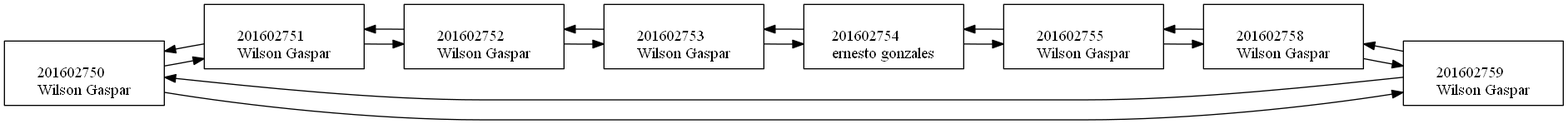
Above: Proyecto2/graphListaC.png in Angel357/-EDD-Proyecto2 (Graphviz), before the change. Its source is kept beside it as Proyecto2/graphListaC.dot.
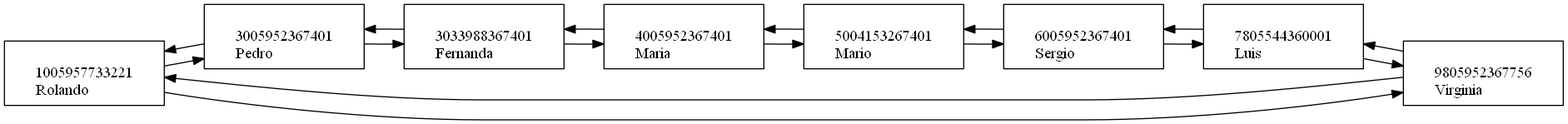
The same file after the commit.

The edit, as a diff of the source:
```diff
@@ -1,68 +1,68 @@
 digraph {
 node[shape=box width=2 height=0.8];
 rankdir=LR;
-"201602750
-Wilson Gaspar"
-"201602750
-Wilson Gaspar"->"201602751
-Wilson Gaspar"
-"201602750
-Wilson Gaspar"->"201602759
-Wilson Gaspar"
-"201602751
-Wilson Gaspar"
-"201602751
-Wilson Gaspar"->"201602752
-Wilson Gaspar"
-"201602751
-Wilson Gaspar"->"201602750
-Wilson Gaspar"
-"201602752
-Wilson Gaspar"
-"201602752
-Wilson Gaspar"->"201602753
-Wilson Gaspar"
-"201602752
-Wilson Gaspar"->"201602751
-Wilson Gaspar"
-"201602753
-Wilson Gaspar"
-"201602753
-Wilson Gaspar"->"201602754
-ernesto gonzales"
-"201602753
-Wilson Gaspar"->"201602752
-Wilson Gaspar"
-"201602754
-ernesto gonzales"
-"201602754
-ernesto gonzales"->"201602755
-Wilson Gaspar"
-"201602754
-ernesto gonzales"->"201602753
-Wilson Gaspar"
-"201602755
-Wilson Gaspar"
-"201602755
-Wilson Gaspar"->"201602758
-Wilson Gaspar"
-"201602755
-Wilson Gaspar"->"201602754
-ernesto gonzales"
-"201602758
-Wilson Gaspar"
-"201602758
-Wilson Gaspar"->"201602759
-Wilson Gaspar"
-"201602758
-Wilson Gaspar"->"201602755
-Wilson Gaspar"
-"201602759
-Wilson Gaspar"
-"201602759
-Wilson Gaspar"->"201602750
-Wilson Gaspar"
-"201602759
-Wilson Gaspar"->"201602758
-Wilson Gaspar"
+"1005957733221
+Rolando"
+"1005957733221
+Rolando"->"3005952367401
+Pedro"
+"1005957733221
+Rolando"->"9805952367756
+Virginia"
+"3005952367401
+Pedro"
+"3005952367401
+Pedro"->"3033988367401
+Fernanda"
+"3005952367401
+Pedro"->"1005957733221
+Rolando"
+"3033988367401
+Fernanda"
+"3033988367401
+Fernanda"->"4005952367401
+Maria"
+"3033988367401
+Fernanda"->"3005952367401
+Pedro"
+"4005952367401
+Maria"
+"4005952367401
+Maria"->"5004153267401
+Mario"
+"4005952367401
+Maria"->"3033988367401
+Fernanda"
+"5004153267401
+Mario"
+"5004153267401
+Mario"->"6005952367401
+Sergio"
+"5004153267401
+Mario"->"4005952367401
+Maria"
+"6005952367401
+Sergio"
+"6005952367401
+Sergio"->"7805544360001
+Luis"
+"6005952367401
+Sergio"->"5004153267401
+Mario"
+"7805544360001
+Luis"
+"7805544360001
+Luis"->"9805952367756
+Virginia"
+"7805544360001
+Luis"->"6005952367401
+Sergio"
+"9805952367756
+Virginia"
+"9805952367756
+Virginia"->"1005957733221
+Rolando"
+"9805952367756
+Virginia"->"7805544360001
+Luis"
  }
```
